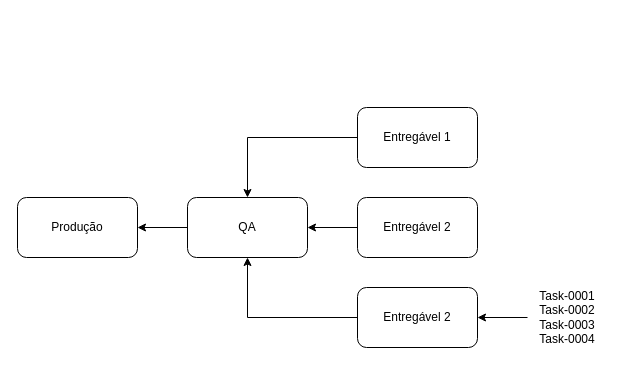
Earlier version of the draw.io diagram Diagrama sem nome.drawio (pemarqes/pemarqes). Source tidied: cells renumbered, new cells numbered last; positions are measured from the earlier drawing's top-left corner, leaving out a move shared by most shapes. Both pictures are drawn from the tidied source at 100%, with x=0, y=0 at pixel (17, 107).
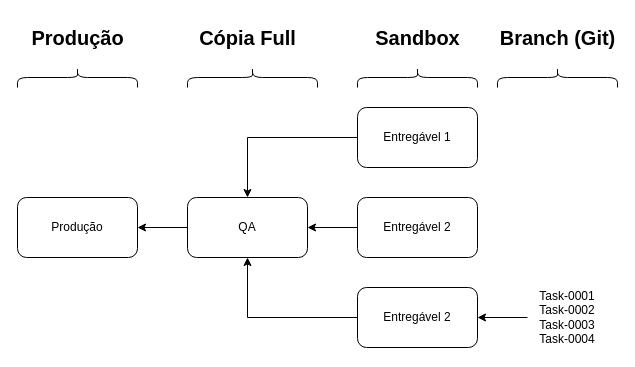
The same page after the edit.

Diff of the diagram source:
```diff
@@
+    <mxCell id="13" style="shape=curlyBracket;whiteSpace=wrap;html=1;rounded=1;labelPosition=left;verticalLabelPosition=middle;align=right;verticalAlign=middle;direction=south;" parent="1" vertex="1">
+      <mxGeometry y="-40" width="120" height="20" as="geometry" />
+    </mxCell>
+    <mxCell id="14" style="shape=curlyBracket;whiteSpace=wrap;html=1;rounded=1;labelPosition=left;verticalLabelPosition=middle;align=right;verticalAlign=middle;direction=south;" parent="1" vertex="1">
+      <mxGeometry x="170" y="-40" width="130" height="20" as="geometry" />
+    </mxCell>
+    <mxCell id="15" style="shape=curlyBracket;whiteSpace=wrap;html=1;rounded=1;labelPosition=left;verticalLabelPosition=middle;align=right;verticalAlign=middle;direction=south;" parent="1" vertex="1">
+      <mxGeometry x="340" y="-40" width="120" height="20" as="geometry" />
+    </mxCell>
+    <mxCell id="16" style="shape=curlyBracket;whiteSpace=wrap;html=1;rounded=1;labelPosition=left;verticalLabelPosition=middle;align=right;verticalAlign=middle;direction=south;" parent="1" vertex="1">
+      <mxGeometry x="480" y="-40" width="120" height="20" as="geometry" />
+    </mxCell>
+    <mxCell id="17" value="&lt;font style=&quot;font-size: 20px;&quot;&gt;Produção&lt;/font&gt;" style="text;strokeColor=none;fillColor=none;html=1;fontSize=24;fontStyle=1;verticalAlign=middle;align=center;" parent="1" vertex="1">
+      <mxGeometry x="10" y="-90" width="100" height="40" as="geometry" />
+    </mxCell>
+    <mxCell id="18" value="&lt;font style=&quot;font-size: 20px;&quot;&gt;Cópia Full&lt;/font&gt;" style="text;strokeColor=none;fillColor=none;html=1;fontSize=24;fontStyle=1;verticalAlign=middle;align=center;" parent="1" vertex="1">
+      <mxGeometry x="180" y="-90" width="100" height="40" as="geometry" />
+    </mxCell>
+    <mxCell id="19" value="&lt;font style=&quot;font-size: 20px;&quot;&gt;Sandbox&lt;/font&gt;" style="text;strokeColor=none;fillColor=none;html=1;fontSize=24;fontStyle=1;verticalAlign=middle;align=center;" parent="1" vertex="1">
+      <mxGeometry x="350" y="-90" width="100" height="40" as="geometry" />
+    </mxCell>
+    <mxCell id="20" value="&lt;font style=&quot;font-size: 20px;&quot;&gt;Branch (Git)&lt;/font&gt;" style="text;strokeColor=none;fillColor=none;html=1;fontSize=24;fontStyle=1;verticalAlign=middle;align=center;" parent="1" vertex="1">
+      <mxGeometry x="490" y="-90" width="100" height="40" as="geometry" />
+    </mxCell>
```
